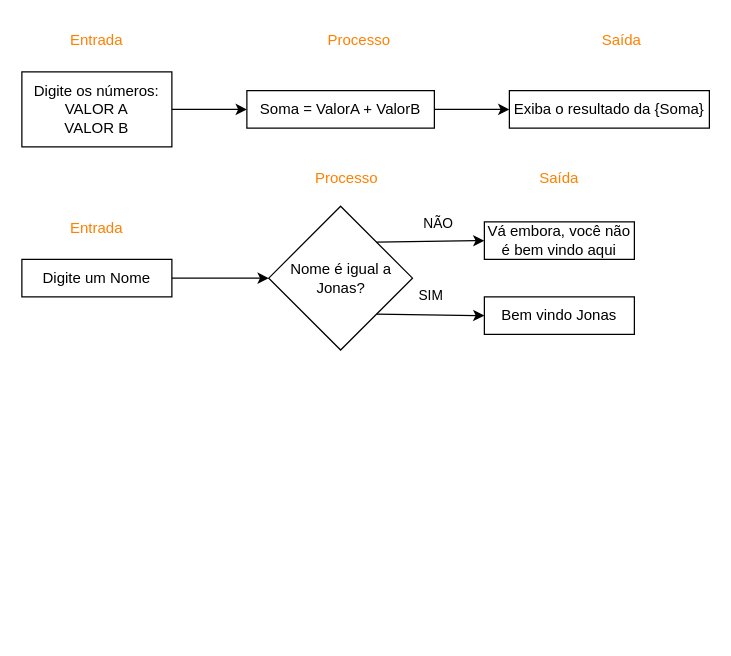
Above: Draw_Git/exercicios-pdf1-ciclo1.drawio in Gabrielnbr/Draw (draw.io), before the change. Source tidied: cells renumbered, new cells numbered last; positions are measured from the earlier drawing's top-left corner, leaving out a move shared by most shapes. Both pictures are drawn from the tidied source at 125%, with x=0, y=0 at pixel (21, 21).
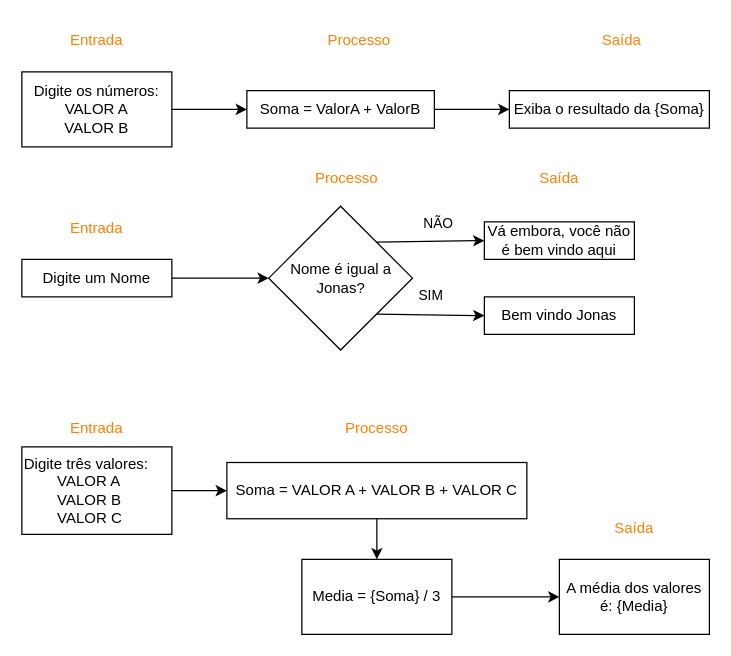
After the change.

The edit, as a diff of the source:
```diff
@@
+    <mxCell id="22" value="&lt;font style=&quot;color: rgb(255, 128, 0);&quot;&gt;Entrada&lt;/font&gt;" style="text;html=1;align=center;verticalAlign=middle;whiteSpace=wrap;rounded=0;" parent="1" vertex="1">
+      <mxGeometry x="30" y="310" width="60" height="30" as="geometry" />
+    </mxCell>
+    <mxCell id="23" value="&lt;font style=&quot;color: rgb(255, 128, 0);&quot;&gt;Processo&lt;/font&gt;" style="text;html=1;align=center;verticalAlign=middle;whiteSpace=wrap;rounded=0;" parent="1" vertex="1">
+      <mxGeometry x="254" y="310" width="60" height="30" as="geometry" />
+    </mxCell>
+    <mxCell id="24" value="&lt;font style=&quot;color: rgb(255, 128, 0);&quot;&gt;Saída&lt;/font&gt;" style="text;html=1;align=center;verticalAlign=middle;whiteSpace=wrap;rounded=0;" parent="1" vertex="1">
+      <mxGeometry x="460" y="390" width="60" height="30" as="geometry" />
+    </mxCell>
+    <mxCell id="25" style="edgeStyle=orthogonalEdgeStyle;rounded=0;jettySize=auto;html=1;" parent="1" edge="1" source="26" target="28">
+      <mxGeometry relative="1" as="geometry" />
+    </mxCell>
+    <mxCell id="26" value="Digite três valores:&lt;div&gt;&lt;span style=&quot;white-space: pre;&quot;&gt;&#9;&lt;/span&gt;VALOR A&lt;/div&gt;&lt;div&gt;&lt;span style=&quot;white-space: pre;&quot;&gt;&#9;&lt;/span&gt;VALOR B&lt;/div&gt;&lt;div&gt;&lt;span style=&quot;white-space: pre;&quot;&gt;&#9;&lt;/span&gt;VALOR C&lt;/div&gt;" style="rounded=0;whiteSpace=wrap;html=1;fillColor=none;align=left;" parent="1" vertex="1">
+      <mxGeometry y="340" width="120" height="70" as="geometry" />
+    </mxCell>
+    <mxCell id="27" style="edgeStyle=orthogonalEdgeStyle;rounded=0;jettySize=auto;html=1;" parent="1" edge="1" source="28" target="30">
+      <mxGeometry relative="1" as="geometry" />
+    </mxCell>
+    <mxCell id="28" value="Soma = VALOR A + VALOR B + VALOR C" style="whiteSpace=wrap;html=1;align=center;fillColor=none;rounded=0;" parent="1" vertex="1">
+      <mxGeometry x="164" y="352.5" width="240" height="45" as="geometry" />
+    </mxCell>
+    <mxCell id="29" style="edgeStyle=orthogonalEdgeStyle;rounded=0;jettySize=auto;html=1;" parent="1" edge="1" source="30" target="31">
+      <mxGeometry relative="1" as="geometry" />
+    </mxCell>
+    <mxCell id="30" value="Media = {Soma} / 3" style="whiteSpace=wrap;html=1;align=center;fillColor=none;rounded=0;" parent="1" vertex="1">
+      <mxGeometry x="224" y="430" width="120" height="60" as="geometry" />
+    </mxCell>
+    <mxCell id="31" value="A média dos valores é: {Media}" style="whiteSpace=wrap;html=1;align=center;fillColor=none;rounded=0;" parent="1" vertex="1">
+      <mxGeometry x="430" y="430" width="120" height="60" as="geometry" />
+    </mxCell>
```
